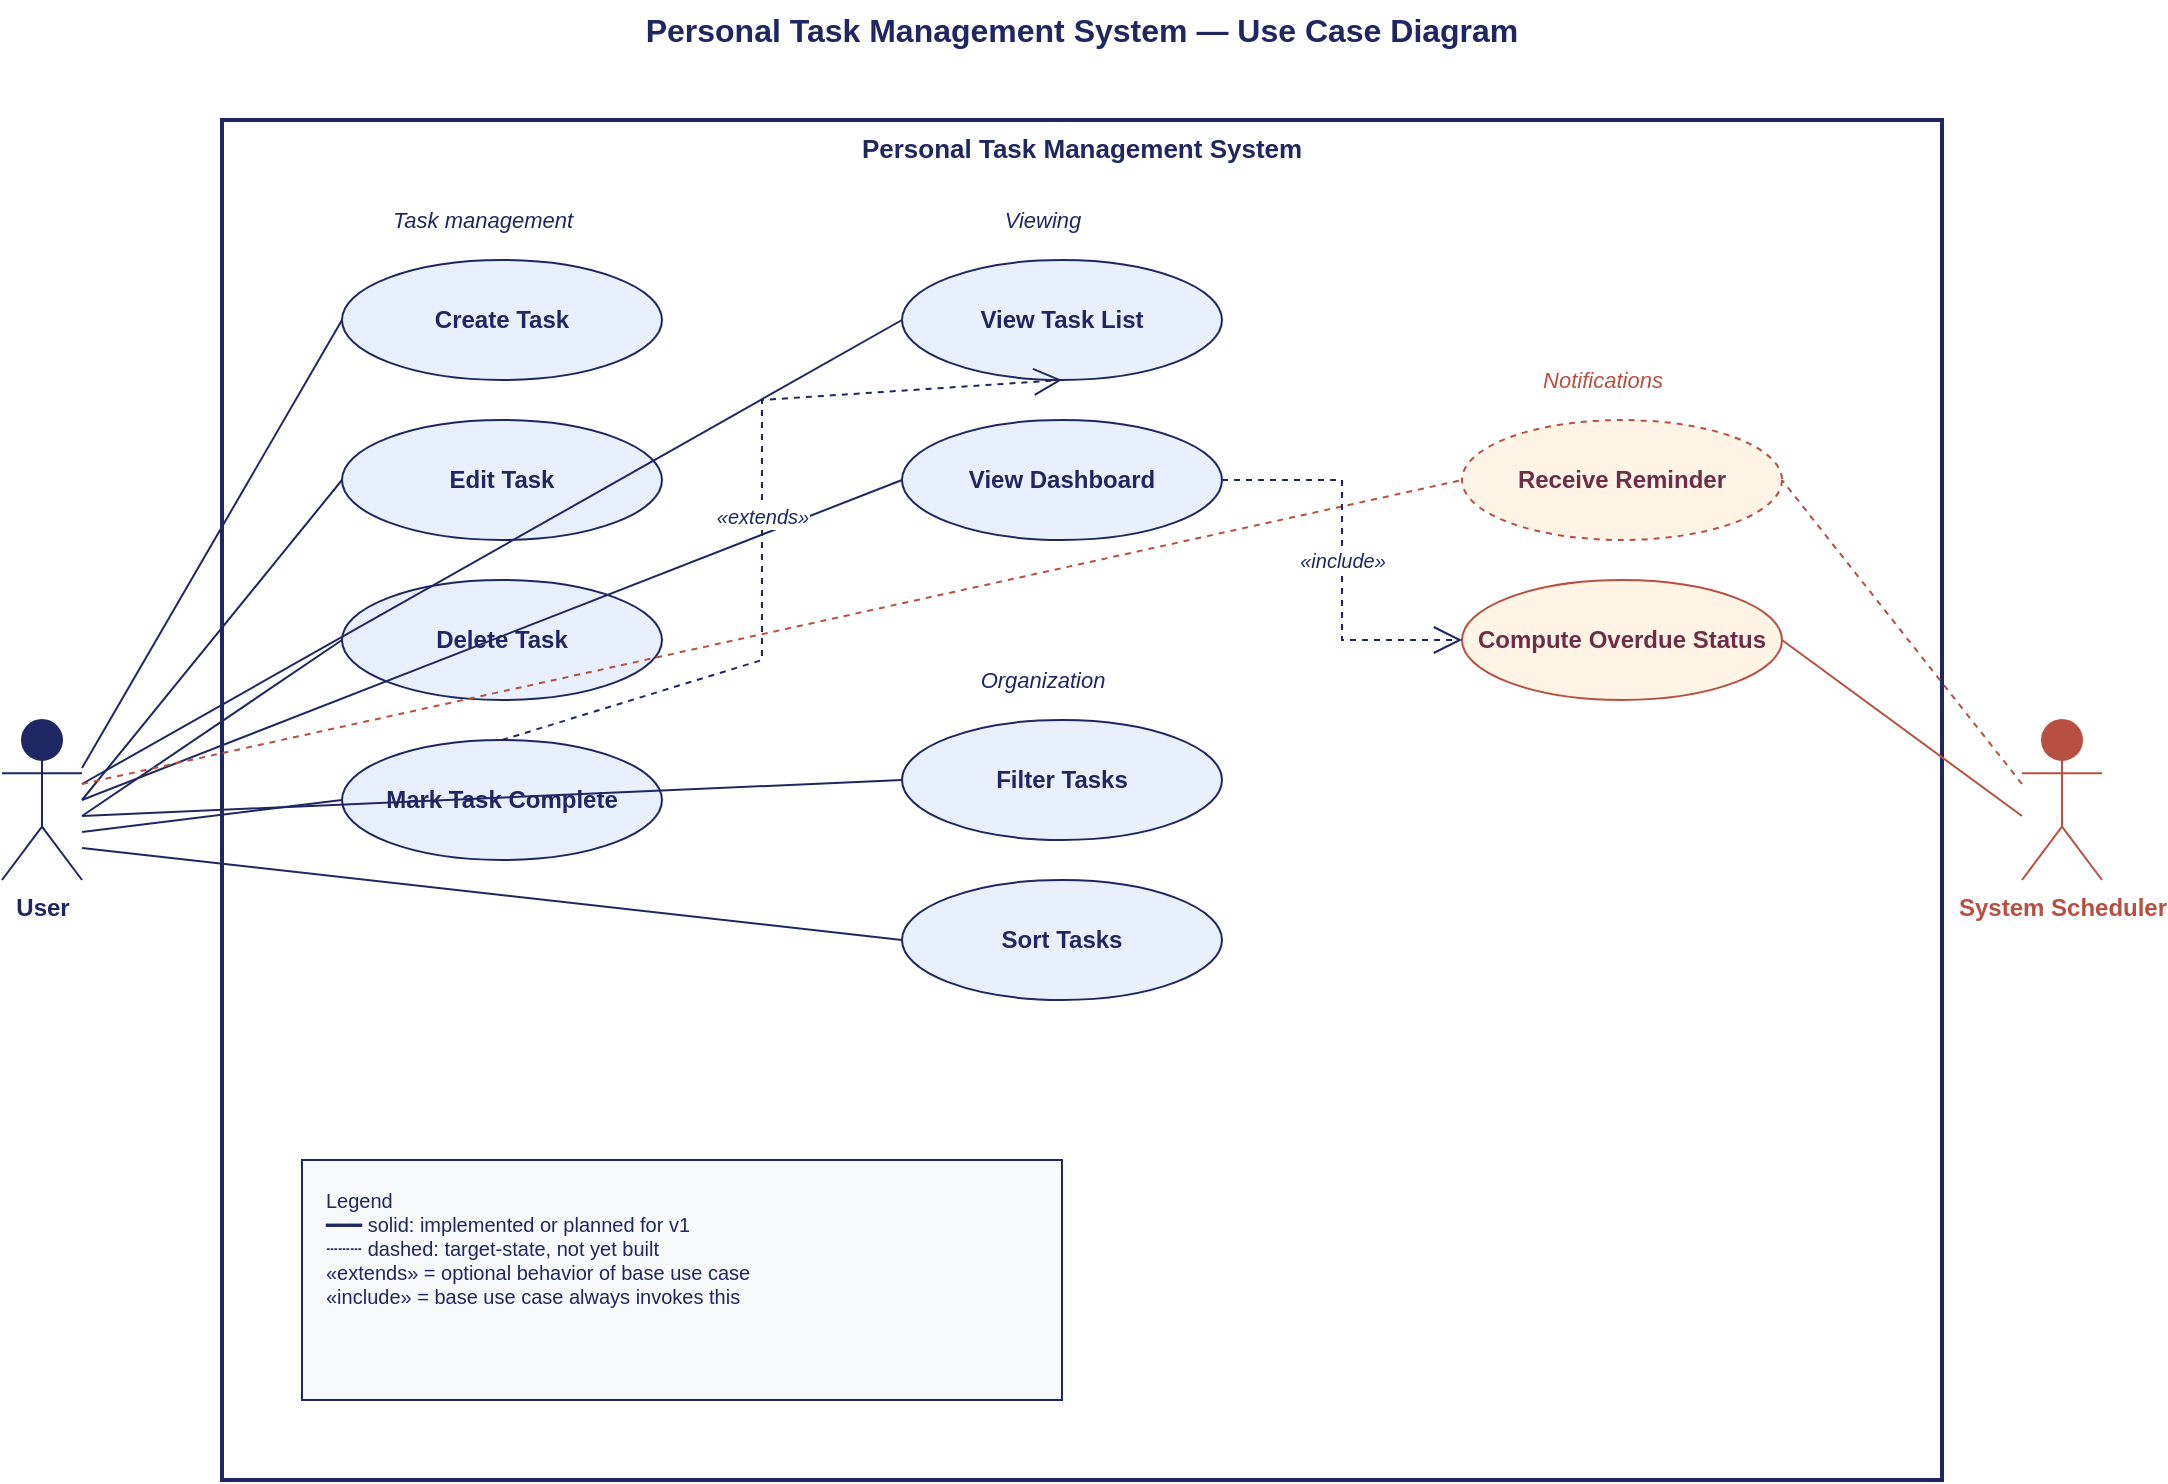
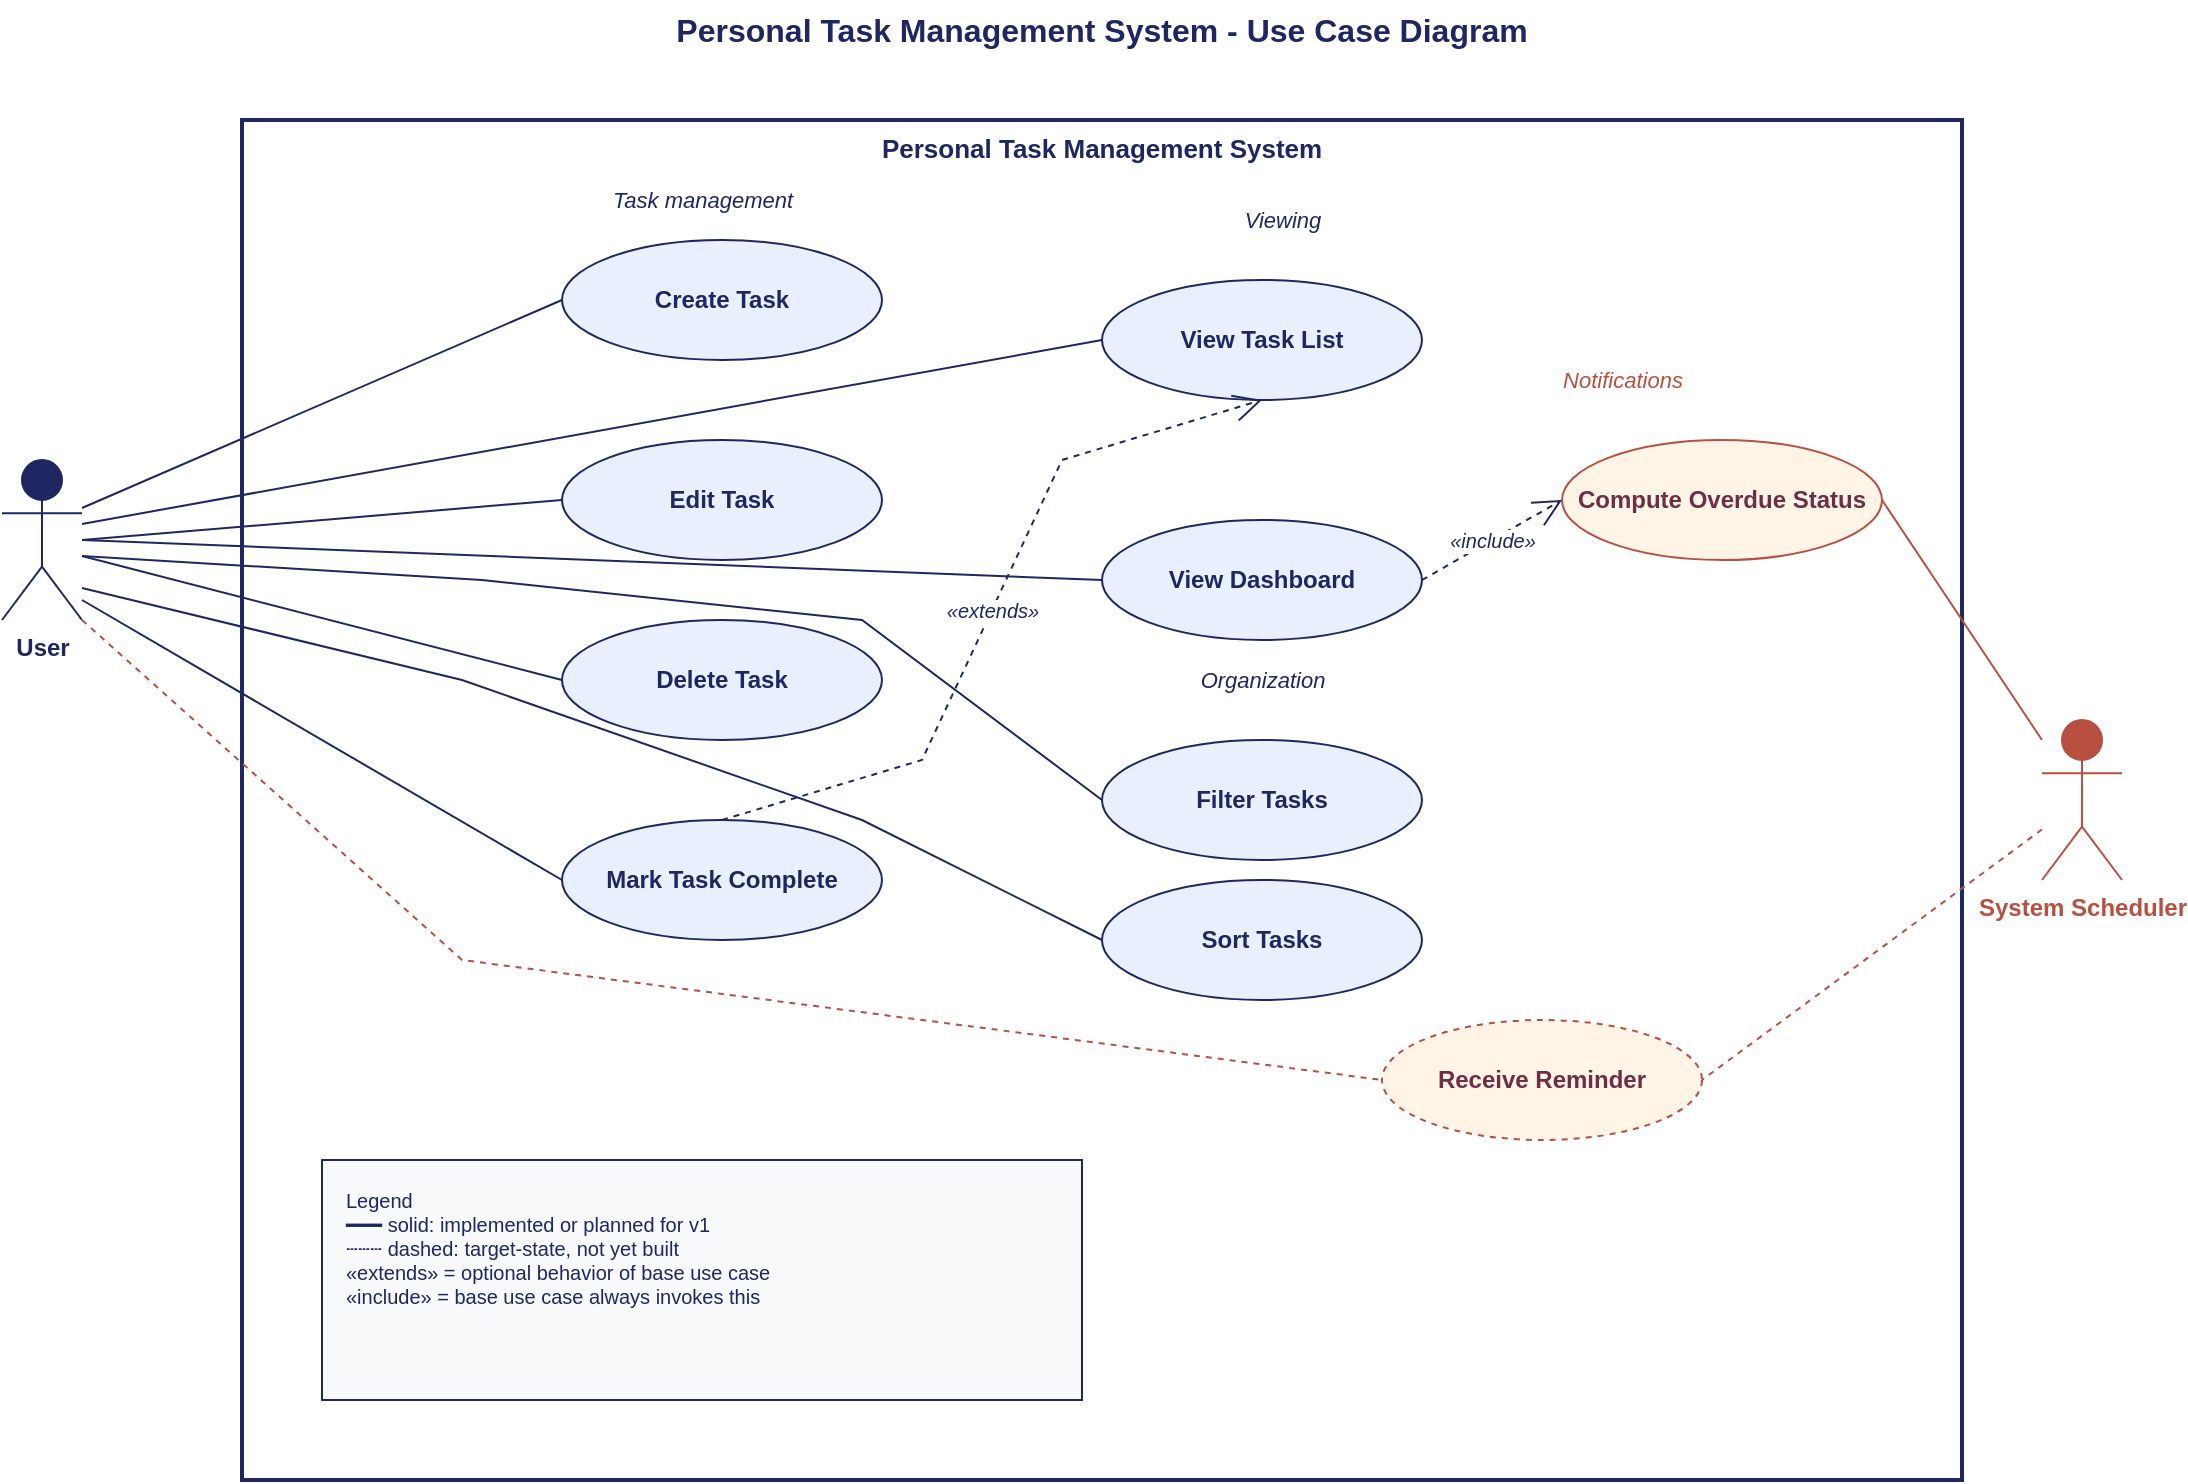
- <mxfile host="app.diagrams.net" modified="2026-05-02T00:00:00.000Z" agent="Team Echo" version="22.0.0" type="device">
+ <mxfile host="app.diagrams.net" agent="Team Echo">
  <diagram name="Use Case Diagram" id="use-case-diagram-1">
-     <mxGraphModel dx="1422" dy="800" grid="1" gridSize="10" guides="1" tooltips="1" connect="1" arrows="1" fold="1" page="1" pageScale="1" pageWidth="1169" pageHeight="826" math="0" shadow="0">
+     <mxGraphModel dx="1193" dy="767" grid="1" gridSize="10" guides="1" tooltips="1" connect="1" arrows="1" fold="1" page="1" pageScale="1" pageWidth="1169" pageHeight="826" math="0" shadow="0">
      <root>
        <mxCell id="0" />
        <mxCell id="1" parent="0" />
- 
-         <!-- Title -->
-         <mxCell id="title" value="Personal Task Management System — Use Case Diagram" style="text;html=1;strokeColor=none;fillColor=none;align=center;verticalAlign=middle;whiteSpace=wrap;fontSize=16;fontStyle=1;fontColor=#1E2761;" vertex="1" parent="1">
-           <mxGeometry x="180" y="20" width="860" height="30" as="geometry" />
+         <mxCell id="title" parent="1" style="text;html=1;strokeColor=none;fillColor=none;align=center;verticalAlign=middle;whiteSpace=wrap;fontSize=16;fontStyle=1;fontColor=#1E2761;" value="Personal Task Management System - Use Case Diagram" vertex="1">
+           <mxGeometry height="30" width="860" x="180" y="20" as="geometry" />
        </mxCell>
- 
-         <!-- System boundary -->
-         <mxCell id="boundary" value="Personal Task Management System" style="rounded=0;whiteSpace=wrap;html=1;fillColor=none;strokeColor=#1E2761;strokeWidth=2;align=center;verticalAlign=top;fontSize=13;fontStyle=1;fontColor=#1E2761;" vertex="1" parent="1">
-           <mxGeometry x="180" y="80" width="860" height="680" as="geometry" />
+         <mxCell id="boundary" parent="1" style="rounded=0;whiteSpace=wrap;html=1;fillColor=none;strokeColor=#1E2761;strokeWidth=2;align=center;verticalAlign=top;fontSize=13;fontStyle=1;fontColor=#1E2761;" value="Personal Task Management System" vertex="1">
+           <mxGeometry height="680" width="860" x="180" y="80" as="geometry" />
        </mxCell>
- 
-         <!-- Primary actor: User -->
-         <mxCell id="actorUser" value="User" style="shape=umlActor;verticalLabelPosition=bottom;labelBackgroundColor=#ffffff;verticalAlign=top;html=1;outlineConnect=0;fillColor=#1E2761;strokeColor=#1E2761;fontColor=#1E2761;fontSize=12;fontStyle=1;" vertex="1" parent="1">
-           <mxGeometry x="70" y="380" width="40" height="80" as="geometry" />
+         <mxCell id="actorUser" parent="1" style="shape=umlActor;verticalLabelPosition=bottom;labelBackgroundColor=#ffffff;verticalAlign=top;html=1;outlineConnect=0;fillColor=#1E2761;strokeColor=#1E2761;fontColor=#1E2761;fontSize=12;fontStyle=1;" value="User" vertex="1">
+           <mxGeometry height="80" width="40" x="60" y="250" as="geometry" />
        </mxCell>
- 
-         <!-- Secondary actor: System Scheduler -->
-         <mxCell id="actorScheduler" value="System Scheduler" style="shape=umlActor;verticalLabelPosition=bottom;labelBackgroundColor=#ffffff;verticalAlign=top;html=1;outlineConnect=0;fillColor=#B85042;strokeColor=#B85042;fontColor=#B85042;fontSize=12;fontStyle=1;" vertex="1" parent="1">
-           <mxGeometry x="1080" y="380" width="40" height="80" as="geometry" />
+         <mxCell id="actorScheduler" parent="1" style="shape=umlActor;verticalLabelPosition=bottom;labelBackgroundColor=#ffffff;verticalAlign=top;html=1;outlineConnect=0;fillColor=#B85042;strokeColor=#B85042;fontColor=#B85042;fontSize=12;fontStyle=1;" value="System Scheduler" vertex="1">
+           <mxGeometry height="80" width="40" x="1080" y="380" as="geometry" />
        </mxCell>
- 
-         <!-- Group label: Task management -->
-         <mxCell id="grpTaskMgmt" value="Task management" style="text;html=1;strokeColor=none;fillColor=none;align=center;verticalAlign=middle;fontSize=11;fontStyle=2;fontColor=#1E2761;" vertex="1" parent="1">
-           <mxGeometry x="220" y="120" width="180" height="20" as="geometry" />
+         <mxCell id="grpTaskMgmt" parent="1" style="text;html=1;strokeColor=none;fillColor=none;align=center;verticalAlign=middle;fontSize=11;fontStyle=2;fontColor=#1E2761;" value="Task management" vertex="1">
+           <mxGeometry height="20" width="180" x="320" y="110" as="geometry" />
        </mxCell>
- 
-         <!-- UC1: Create Task -->
-         <mxCell id="ucCreate" value="Create Task" style="ellipse;whiteSpace=wrap;html=1;fillColor=#E8F0FE;strokeColor=#1E2761;fontColor=#1E2761;fontSize=12;fontStyle=1;" vertex="1" parent="1">
-           <mxGeometry x="240" y="150" width="160" height="60" as="geometry" />
+         <mxCell id="ucCreate" parent="1" style="ellipse;whiteSpace=wrap;html=1;fillColor=#E8F0FE;strokeColor=#1E2761;fontColor=#1E2761;fontSize=12;fontStyle=1;" value="Create Task" vertex="1">
+           <mxGeometry height="60" width="160" x="340" y="140" as="geometry" />
        </mxCell>
- 
-         <!-- UC2: Edit Task -->
-         <mxCell id="ucEdit" value="Edit Task" style="ellipse;whiteSpace=wrap;html=1;fillColor=#E8F0FE;strokeColor=#1E2761;fontColor=#1E2761;fontSize=12;fontStyle=1;" vertex="1" parent="1">
-           <mxGeometry x="240" y="230" width="160" height="60" as="geometry" />
+         <mxCell id="ucEdit" parent="1" style="ellipse;whiteSpace=wrap;html=1;fillColor=#E8F0FE;strokeColor=#1E2761;fontColor=#1E2761;fontSize=12;fontStyle=1;" value="Edit Task" vertex="1">
+           <mxGeometry height="60" width="160" x="340" y="240" as="geometry" />
        </mxCell>
- 
-         <!-- UC3: Delete Task -->
-         <mxCell id="ucDelete" value="Delete Task" style="ellipse;whiteSpace=wrap;html=1;fillColor=#E8F0FE;strokeColor=#1E2761;fontColor=#1E2761;fontSize=12;fontStyle=1;" vertex="1" parent="1">
-           <mxGeometry x="240" y="310" width="160" height="60" as="geometry" />
+         <mxCell id="ucDelete" parent="1" style="ellipse;whiteSpace=wrap;html=1;fillColor=#E8F0FE;strokeColor=#1E2761;fontColor=#1E2761;fontSize=12;fontStyle=1;" value="Delete Task" vertex="1">
+           <mxGeometry height="60" width="160" x="340" y="330" as="geometry" />
        </mxCell>
- 
-         <!-- UC4: Mark Task Complete -->
-         <mxCell id="ucComplete" value="Mark Task Complete" style="ellipse;whiteSpace=wrap;html=1;fillColor=#E8F0FE;strokeColor=#1E2761;fontColor=#1E2761;fontSize=12;fontStyle=1;" vertex="1" parent="1">
-           <mxGeometry x="240" y="390" width="160" height="60" as="geometry" />
+         <mxCell id="ucComplete" parent="1" style="ellipse;whiteSpace=wrap;html=1;fillColor=#E8F0FE;strokeColor=#1E2761;fontColor=#1E2761;fontSize=12;fontStyle=1;" value="Mark Task Complete" vertex="1">
+           <mxGeometry height="60" width="160" x="340" y="430" as="geometry" />
        </mxCell>
- 
-         <!-- Group label: Viewing -->
-         <mxCell id="grpView" value="Viewing" style="text;html=1;strokeColor=none;fillColor=none;align=center;verticalAlign=middle;fontSize=11;fontStyle=2;fontColor=#1E2761;" vertex="1" parent="1">
-           <mxGeometry x="500" y="120" width="180" height="20" as="geometry" />
+         <mxCell id="grpView" parent="1" style="text;html=1;strokeColor=none;fillColor=none;align=center;verticalAlign=middle;fontSize=11;fontStyle=2;fontColor=#1E2761;" value="Viewing" vertex="1">
+           <mxGeometry height="20" width="180" x="610" y="120" as="geometry" />
        </mxCell>
- 
-         <!-- UC5: View Task List -->
-         <mxCell id="ucViewList" value="View Task List" style="ellipse;whiteSpace=wrap;html=1;fillColor=#E8F0FE;strokeColor=#1E2761;fontColor=#1E2761;fontSize=12;fontStyle=1;" vertex="1" parent="1">
-           <mxGeometry x="520" y="150" width="160" height="60" as="geometry" />
+         <mxCell id="ucViewList" parent="1" style="ellipse;whiteSpace=wrap;html=1;fillColor=#E8F0FE;strokeColor=#1E2761;fontColor=#1E2761;fontSize=12;fontStyle=1;" value="View Task List" vertex="1">
+           <mxGeometry height="60" width="160" x="610" y="160" as="geometry" />
        </mxCell>
- 
-         <!-- UC6: View Dashboard -->
-         <mxCell id="ucViewDashboard" value="View Dashboard" style="ellipse;whiteSpace=wrap;html=1;fillColor=#E8F0FE;strokeColor=#1E2761;fontColor=#1E2761;fontSize=12;fontStyle=1;" vertex="1" parent="1">
-           <mxGeometry x="520" y="230" width="160" height="60" as="geometry" />
+         <mxCell id="ucViewDashboard" parent="1" style="ellipse;whiteSpace=wrap;html=1;fillColor=#E8F0FE;strokeColor=#1E2761;fontColor=#1E2761;fontSize=12;fontStyle=1;" value="View Dashboard" vertex="1">
+           <mxGeometry height="60" width="160" x="610" y="280" as="geometry" />
        </mxCell>
- 
-         <!-- Group label: Organization -->
-         <mxCell id="grpOrg" value="Organization" style="text;html=1;strokeColor=none;fillColor=none;align=center;verticalAlign=middle;fontSize=11;fontStyle=2;fontColor=#1E2761;" vertex="1" parent="1">
-           <mxGeometry x="500" y="350" width="180" height="20" as="geometry" />
+         <mxCell id="grpOrg" parent="1" style="text;html=1;strokeColor=none;fillColor=none;align=center;verticalAlign=middle;fontSize=11;fontStyle=2;fontColor=#1E2761;" value="Organization" vertex="1">
+           <mxGeometry height="20" width="180" x="600" y="350" as="geometry" />
        </mxCell>
- 
-         <!-- UC7: Filter Tasks -->
-         <mxCell id="ucFilter" value="Filter Tasks" style="ellipse;whiteSpace=wrap;html=1;fillColor=#E8F0FE;strokeColor=#1E2761;fontColor=#1E2761;fontSize=12;fontStyle=1;" vertex="1" parent="1">
-           <mxGeometry x="520" y="380" width="160" height="60" as="geometry" />
+         <mxCell id="ucFilter" parent="1" style="ellipse;whiteSpace=wrap;html=1;fillColor=#E8F0FE;strokeColor=#1E2761;fontColor=#1E2761;fontSize=12;fontStyle=1;" value="Filter Tasks" vertex="1">
+           <mxGeometry height="60" width="160" x="610" y="390" as="geometry" />
        </mxCell>
- 
-         <!-- UC8: Sort Tasks -->
-         <mxCell id="ucSort" value="Sort Tasks" style="ellipse;whiteSpace=wrap;html=1;fillColor=#E8F0FE;strokeColor=#1E2761;fontColor=#1E2761;fontSize=12;fontStyle=1;" vertex="1" parent="1">
-           <mxGeometry x="520" y="460" width="160" height="60" as="geometry" />
+         <mxCell id="ucSort" parent="1" style="ellipse;whiteSpace=wrap;html=1;fillColor=#E8F0FE;strokeColor=#1E2761;fontColor=#1E2761;fontSize=12;fontStyle=1;" value="Sort Tasks" vertex="1">
+           <mxGeometry height="60" width="160" x="610" y="460" as="geometry" />
        </mxCell>
- 
-         <!-- Group label: Notifications -->
-         <mxCell id="grpNotif" value="Notifications" style="text;html=1;strokeColor=none;fillColor=none;align=center;verticalAlign=middle;fontSize=11;fontStyle=2;fontColor=#B85042;" vertex="1" parent="1">
-           <mxGeometry x="780" y="200" width="180" height="20" as="geometry" />
+         <mxCell id="grpNotif" parent="1" style="text;html=1;strokeColor=none;fillColor=none;align=center;verticalAlign=middle;fontSize=11;fontStyle=2;fontColor=#B85042;" value="Notifications" vertex="1">
+           <mxGeometry height="20" width="180" x="780" y="200" as="geometry" />
        </mxCell>
- 
-         <!-- UC9: Receive Reminder -->
-         <mxCell id="ucReminder" value="Receive Reminder" style="ellipse;whiteSpace=wrap;html=1;fillColor=#FFF4E6;strokeColor=#B85042;fontColor=#6D2E46;fontSize=12;fontStyle=1;dashed=1;" vertex="1" parent="1">
-           <mxGeometry x="800" y="230" width="160" height="60" as="geometry" />
+         <mxCell id="ucReminder" parent="1" style="ellipse;whiteSpace=wrap;html=1;fillColor=#FFF4E6;strokeColor=#B85042;fontColor=#6D2E46;fontSize=12;fontStyle=1;dashed=1;" value="Receive Reminder" vertex="1">
+           <mxGeometry height="60" width="160" x="750" y="530" as="geometry" />
        </mxCell>
- 
-         <!-- UC10: Compute Overdue Status -->
-         <mxCell id="ucOverdue" value="Compute Overdue Status" style="ellipse;whiteSpace=wrap;html=1;fillColor=#FFF4E6;strokeColor=#B85042;fontColor=#6D2E46;fontSize=12;fontStyle=1;" vertex="1" parent="1">
-           <mxGeometry x="800" y="310" width="160" height="60" as="geometry" />
+         <mxCell id="ucOverdue" parent="1" style="ellipse;whiteSpace=wrap;html=1;fillColor=#FFF4E6;strokeColor=#B85042;fontColor=#6D2E46;fontSize=12;fontStyle=1;" value="Compute Overdue Status" vertex="1">
+           <mxGeometry height="60" width="160" x="840" y="240" as="geometry" />
        </mxCell>
- 
-         <!-- Legend -->
-         <mxCell id="legend" value="Legend&#10;━━━ solid: implemented or planned for v1&#10;┄┄┄ dashed: target-state, not yet built&#10;«extends» = optional behavior of base use case&#10;«include» = base use case always invokes this" style="text;html=1;strokeColor=#1E2761;fillColor=#F8F9FB;align=left;verticalAlign=top;spacingLeft=10;spacingTop=8;fontSize=10;fontColor=#1E2761;" vertex="1" parent="1">
-           <mxGeometry x="220" y="600" width="380" height="120" as="geometry" />
+         <mxCell id="legend" parent="1" style="text;html=1;strokeColor=#1E2761;fillColor=#F8F9FB;align=left;verticalAlign=top;spacingLeft=10;spacingTop=8;fontSize=10;fontColor=#1E2761;" value="Legend&#xa;━━━ solid: implemented or planned for v1&#xa;┄┄┄ dashed: target-state, not yet built&#xa;«extends» = optional behavior of base use case&#xa;«include» = base use case always invokes this" vertex="1">
+           <mxGeometry height="120" width="380" x="220" y="600" as="geometry" />
        </mxCell>
- 
-         <!-- ============ Associations: User -> use cases ============ -->
-         <mxCell id="lnkUserCreate" style="endArrow=none;html=1;rounded=0;exitX=1;exitY=0.3;entryX=0;entryY=0.5;strokeColor=#1E2761;" edge="1" parent="1" source="actorUser" target="ucCreate">
+         <mxCell id="lnkUserCreate" edge="1" parent="1" source="actorUser" style="endArrow=none;html=1;rounded=0;exitX=1;exitY=0.3;entryX=0;entryY=0.5;strokeColor=#1E2761;" target="ucCreate">
          <mxGeometry relative="1" as="geometry" />
        </mxCell>
-         <mxCell id="lnkUserEdit" style="endArrow=none;html=1;rounded=0;exitX=1;exitY=0.5;entryX=0;entryY=0.5;strokeColor=#1E2761;" edge="1" parent="1" source="actorUser" target="ucEdit">
+         <mxCell id="lnkUserEdit" edge="1" parent="1" source="actorUser" style="endArrow=none;html=1;rounded=0;exitX=1;exitY=0.5;entryX=0;entryY=0.5;strokeColor=#1E2761;" target="ucEdit">
          <mxGeometry relative="1" as="geometry" />
        </mxCell>
-         <mxCell id="lnkUserDelete" style="endArrow=none;html=1;rounded=0;exitX=1;exitY=0.6;entryX=0;entryY=0.5;strokeColor=#1E2761;" edge="1" parent="1" source="actorUser" target="ucDelete">
+         <mxCell id="lnkUserDelete" edge="1" parent="1" source="actorUser" style="endArrow=none;html=1;rounded=0;exitX=1;exitY=0.6;entryX=0;entryY=0.5;strokeColor=#1E2761;" target="ucDelete">
          <mxGeometry relative="1" as="geometry" />
        </mxCell>
-         <mxCell id="lnkUserComplete" style="endArrow=none;html=1;rounded=0;exitX=1;exitY=0.7;entryX=0;entryY=0.5;strokeColor=#1E2761;" edge="1" parent="1" source="actorUser" target="ucComplete">
+         <mxCell id="lnkUserComplete" edge="1" parent="1" style="endArrow=none;html=1;rounded=0;entryX=0;entryY=0.5;strokeColor=#1E2761;" target="ucComplete">
+           <mxGeometry relative="1" as="geometry">
+             <mxPoint x="100" y="320" as="sourcePoint" />
+           </mxGeometry>
+         </mxCell>
+         <mxCell id="lnkUserViewList" edge="1" parent="1" source="actorUser" style="endArrow=none;html=1;rounded=0;exitX=1;exitY=0.4;entryX=0;entryY=0.5;strokeColor=#1E2761;" target="ucViewList">
          <mxGeometry relative="1" as="geometry" />
        </mxCell>
-         <mxCell id="lnkUserViewList" style="endArrow=none;html=1;rounded=0;exitX=1;exitY=0.4;entryX=0;entryY=0.5;strokeColor=#1E2761;" edge="1" parent="1" source="actorUser" target="ucViewList">
+         <mxCell id="lnkUserViewDashboard" edge="1" parent="1" source="actorUser" style="endArrow=none;html=1;rounded=0;exitX=1;exitY=0.5;entryX=0;entryY=0.5;strokeColor=#1E2761;" target="ucViewDashboard">
          <mxGeometry relative="1" as="geometry" />
        </mxCell>
-         <mxCell id="lnkUserViewDashboard" style="endArrow=none;html=1;rounded=0;exitX=1;exitY=0.5;entryX=0;entryY=0.5;strokeColor=#1E2761;" edge="1" parent="1" source="actorUser" target="ucViewDashboard">
-           <mxGeometry relative="1" as="geometry" />
-         </mxCell>
-         <mxCell id="lnkUserFilter" style="endArrow=none;html=1;rounded=0;exitX=1;exitY=0.6;entryX=0;entryY=0.5;strokeColor=#1E2761;" edge="1" parent="1" source="actorUser" target="ucFilter">
-           <mxGeometry relative="1" as="geometry" />
-         </mxCell>
-         <mxCell id="lnkUserSort" style="endArrow=none;html=1;rounded=0;exitX=1;exitY=0.8;entryX=0;entryY=0.5;strokeColor=#1E2761;" edge="1" parent="1" source="actorUser" target="ucSort">
-           <mxGeometry relative="1" as="geometry" />
-         </mxCell>
-         <mxCell id="lnkUserReminder" style="endArrow=none;html=1;rounded=0;exitX=1;exitY=0.4;entryX=0;entryY=0.5;strokeColor=#B85042;dashed=1;" edge="1" parent="1" source="actorUser" target="ucReminder">
-           <mxGeometry relative="1" as="geometry" />
-         </mxCell>
- 
-         <!-- ============ Associations: System Scheduler -> use cases ============ -->
-         <mxCell id="lnkSchedReminder" style="endArrow=none;html=1;rounded=0;exitX=0;exitY=0.4;entryX=1;entryY=0.5;strokeColor=#B85042;dashed=1;" edge="1" parent="1" source="actorScheduler" target="ucReminder">
-           <mxGeometry relative="1" as="geometry" />
-         </mxCell>
-         <mxCell id="lnkSchedOverdue" style="endArrow=none;html=1;rounded=0;exitX=0;exitY=0.6;entryX=1;entryY=0.5;strokeColor=#B85042;" edge="1" parent="1" source="actorScheduler" target="ucOverdue">
-           <mxGeometry relative="1" as="geometry" />
-         </mxCell>
- 
-         <!-- ============ «extends»: Mark Task Complete extends View Task List ============ -->
-         <mxCell id="lnkExtends" value="«extends»" style="endArrow=open;html=1;rounded=0;dashed=1;startSize=12;endSize=12;strokeColor=#1E2761;fontColor=#1E2761;fontSize=10;fontStyle=2;exitX=0.5;exitY=0;entryX=0.5;entryY=1;" edge="1" parent="1" source="ucComplete" target="ucViewList">
+         <mxCell id="lnkUserFilter" edge="1" parent="1" source="actorUser" style="endArrow=none;html=1;rounded=0;exitX=1;exitY=0.6;entryX=0;entryY=0.5;strokeColor=#1E2761;" target="ucFilter">
          <mxGeometry relative="1" as="geometry">
            <Array as="points">
-               <mxPoint x="450" y="350" />
-               <mxPoint x="450" y="220" />
+               <mxPoint x="300" y="310" />
+               <mxPoint x="490" y="330" />
            </Array>
          </mxGeometry>
        </mxCell>
- 
-         <!-- ============ «include»: View Dashboard includes Compute Overdue Status ============ -->
-         <mxCell id="lnkInclude" value="«include»" style="endArrow=open;html=1;rounded=0;dashed=1;startSize=12;endSize=12;strokeColor=#1E2761;fontColor=#1E2761;fontSize=10;fontStyle=2;exitX=1;exitY=0.5;entryX=0;entryY=0.5;" edge="1" parent="1" source="ucViewDashboard" target="ucOverdue">
+         <mxCell id="lnkUserSort" edge="1" parent="1" source="actorUser" style="endArrow=none;html=1;rounded=0;exitX=1;exitY=0.8;entryX=0;entryY=0.5;strokeColor=#1E2761;" target="ucSort">
          <mxGeometry relative="1" as="geometry">
            <Array as="points">
-               <mxPoint x="740" y="260" />
-               <mxPoint x="740" y="340" />
+               <mxPoint x="290" y="360" />
+               <mxPoint x="490" y="430" />
            </Array>
          </mxGeometry>
        </mxCell>
- 
+         <mxCell id="lnkUserReminder" edge="1" parent="1" source="actorUser" style="endArrow=none;html=1;rounded=0;exitX=1;exitY=1;entryX=0;entryY=0.5;strokeColor=#B85042;dashed=1;exitDx=0;exitDy=0;exitPerimeter=0;" target="ucReminder">
+           <mxGeometry relative="1" as="geometry">
+             <Array as="points">
+               <mxPoint x="290" y="500" />
+             </Array>
+           </mxGeometry>
+         </mxCell>
+         <mxCell id="lnkSchedReminder" edge="1" parent="1" source="actorScheduler" style="endArrow=none;html=1;rounded=0;entryX=1;entryY=0.5;strokeColor=#B85042;dashed=1;" target="ucReminder">
+           <mxGeometry relative="1" as="geometry">
+             <mxPoint x="1060" y="440" as="sourcePoint" />
+           </mxGeometry>
+         </mxCell>
+         <mxCell id="lnkSchedOverdue" edge="1" parent="1" source="actorScheduler" style="endArrow=none;html=1;rounded=0;entryX=1;entryY=0.5;strokeColor=#B85042;" target="ucOverdue">
+           <mxGeometry relative="1" as="geometry" />
+         </mxCell>
+         <mxCell id="lnkExtends" edge="1" parent="1" source="ucComplete" style="endArrow=open;html=1;rounded=0;dashed=1;startSize=12;endSize=12;strokeColor=#1E2761;fontColor=#1E2761;fontSize=10;fontStyle=2;exitX=0.5;exitY=0;entryX=0.5;entryY=1;" target="ucViewList" value="«extends»">
+           <mxGeometry relative="1" as="geometry">
+             <Array as="points">
+               <mxPoint x="520" y="400" />
+               <mxPoint x="590" y="250" />
+             </Array>
+           </mxGeometry>
+         </mxCell>
+         <mxCell id="lnkInclude" edge="1" parent="1" source="ucViewDashboard" style="endArrow=open;html=1;rounded=0;dashed=1;startSize=12;endSize=12;strokeColor=#1E2761;fontColor=#1E2761;fontSize=10;fontStyle=2;exitX=1;exitY=0.5;entryX=0;entryY=0.5;" target="ucOverdue" value="«include»">
+           <mxGeometry relative="1" as="geometry" />
+         </mxCell>
      </root>
    </mxGraphModel>
  </diagram>
</mxfile>
